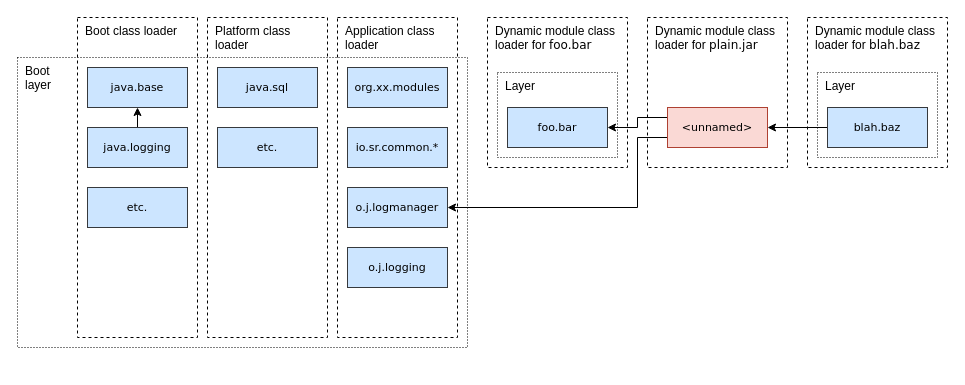
Above: Untitled Diagram.drawio in dmlloyd/diagrams (draw.io), before the change. Source tidied: cells renumbered, new cells numbered last; positions are measured from the earlier drawing's top-left corner, leaving out a move shared by most shapes. Both pictures are drawn from the tidied source at 100%, with x=0, y=0 at pixel (17, 17).
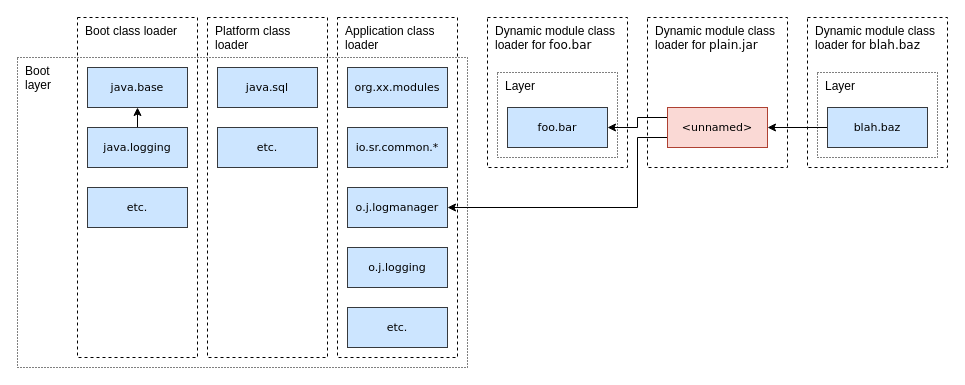
Above is the later version.

Diff of the diagram source:
```diff
@@
+    <mxCell id="4" value="Boot&lt;div&gt;layer&lt;/div&gt;" style="rounded=0;whiteSpace=wrap;html=1;dashed=1;dashPattern=1 2;align=left;verticalAlign=top;fillColor=none;spacingLeft=6;" parent="1" vertex="1">
+      <mxGeometry y="40" width="450" height="310" as="geometry" />
+    </mxCell>
     <mxCell id="2" value="Platform class loader" style="rounded=0;whiteSpace=wrap;html=1;fillColor=none;verticalAlign=top;dashed=1;align=left;spacingLeft=6;" parent="1" vertex="1">
-      <mxGeometry x="190" width="120" height="320" as="geometry" />
+      <mxGeometry x="190" width="120" height="340" as="geometry" />
     </mxCell>
     <mxCell id="3" value="Boot class loader" style="rounded=0;whiteSpace=wrap;html=1;fillColor=none;verticalAlign=top;dashed=1;align=left;spacingLeft=6;" parent="1" vertex="1">
-      <mxGeometry x="60" width="120" height="320" as="geometry" />
+      <mxGeometry x="60" width="120" height="340" as="geometry" />
     </mxCell>
-    <mxCell id="4" value="Boot&lt;div&gt;layer&lt;/div&gt;" style="rounded=0;whiteSpace=wrap;html=1;dashed=1;dashPattern=1 2;align=left;verticalAlign=top;fillColor=none;spacingLeft=6;" parent="1" vertex="1">
-      <mxGeometry y="40" width="450" height="290" as="geometry" />
-    </mxCell>
@@
     <mxCell id="11" value="Application class loader" style="rounded=0;whiteSpace=wrap;html=1;fillColor=none;verticalAlign=top;dashed=1;align=left;spacingLeft=6;" parent="1" vertex="1">
-      <mxGeometry x="320" width="120" height="320" as="geometry" />
+      <mxGeometry x="320" width="120" height="340" as="geometry" />
     </mxCell>
@@
+    <mxCell id="27" value="etc." style="rounded=0;whiteSpace=wrap;html=1;fillColor=#cce5ff;strokeColor=#36393d;fontFamily=Verdana;fontSize=11;" parent="1" vertex="1">
+      <mxGeometry x="330" y="290" width="100" height="40" as="geometry" />
+    </mxCell>
```
